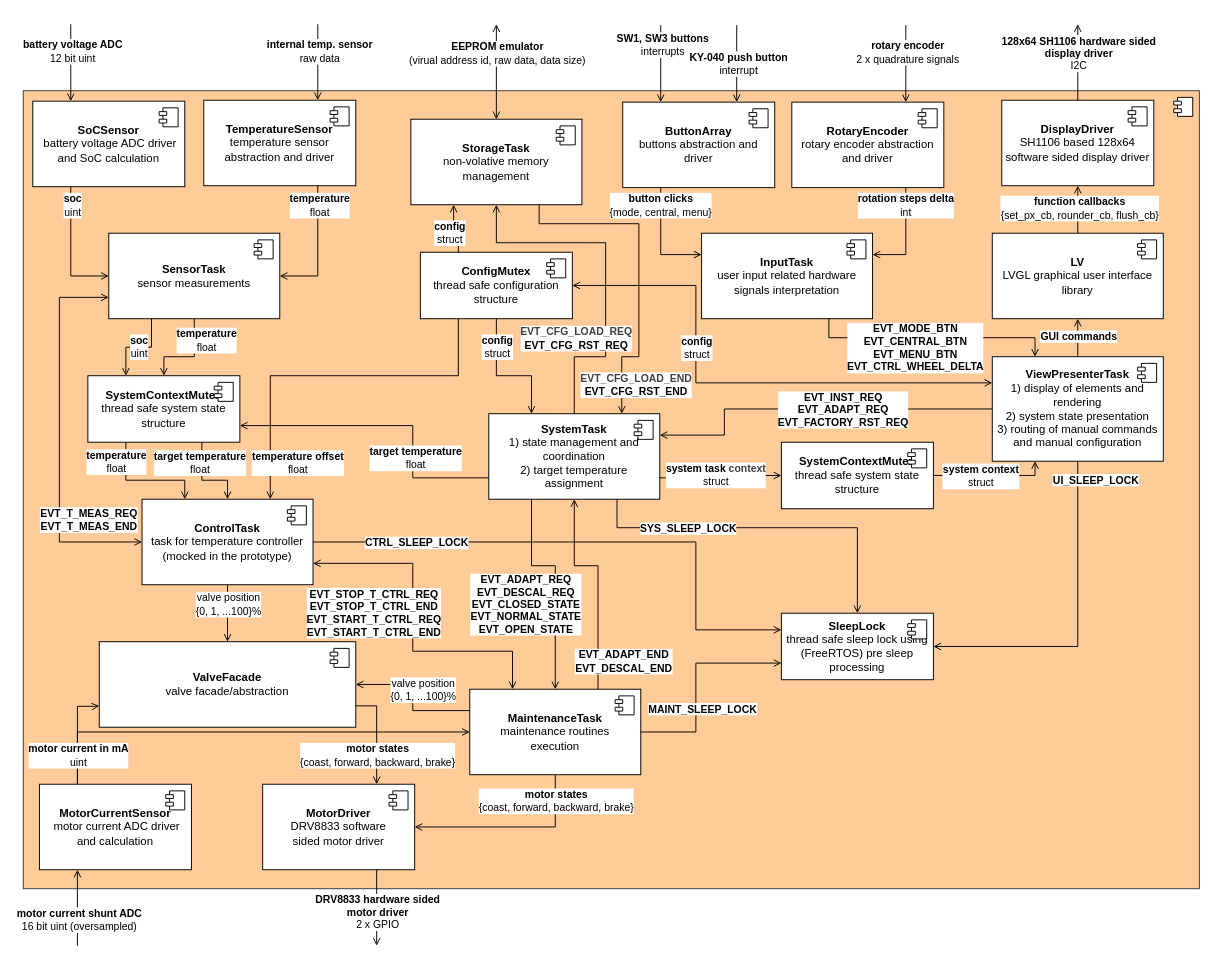
This is software/diagrams/mt-rt-sw-architecture.drawio from MiraTherm/miratherm-radiator-thermostat-documentation, a draw.io file, before an edit. Source tidied: cells renumbered, new cells numbered last; positions are measured from the earlier drawing's top-left corner, leaving out a move shared by most shapes. Both pictures are drawn from the tidied source at 95%, with x=0, y=0 at pixel (23, 24).
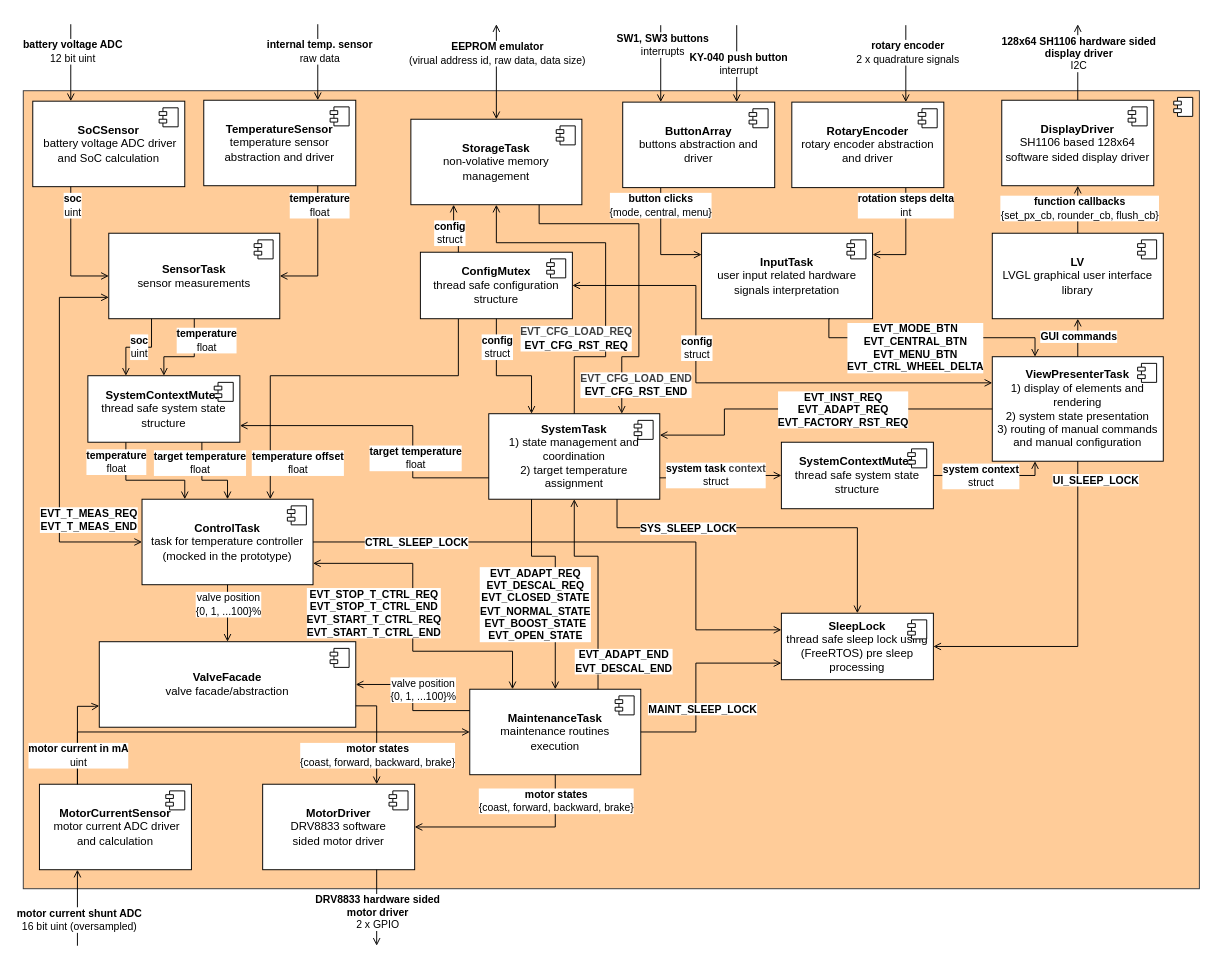
The same diagram, later.

Commit message (it also covers changes not shown here):
📝 Add BOOST_STATE event

The change refers to these unchanged cells:
```xml
<mxCell id="4" value="&lt;b&gt;SystemTask&lt;/b&gt;&lt;br&gt;1) state management and coordination&lt;br&gt;2) target temperature &lt;br&gt;assignment" style="html=1;whiteSpace=wrap;fontColor=default;" parent="1" vertex="1">
  <mxGeometry x="490" y="410" width="180" height="90" as="geometry" />
</mxCell>
<mxCell id="10" value="&lt;b&gt;MaintenanceTask&lt;/b&gt;&lt;br&gt;maintenance routines &lt;br&gt;execution" style="html=1;whiteSpace=wrap;fontColor=default;" parent="1" vertex="1">
  <mxGeometry x="470" y="700" width="180" height="90" as="geometry" />
</mxCell>
```

Diff of the diagram source:
```diff
@@
     <mxCell id="85" style="endArrow=none;html=1;rounded=0;entryX=0.75;entryY=0;entryDx=0;entryDy=0;endFill=0;edgeStyle=orthogonalEdgeStyle;startArrow=open;startFill=0;exitX=0.5;exitY=1;exitDx=0;exitDy=0;fontColor=default;" parent="1" edge="1" source="4" target="10">
       <mxGeometry relative="1" as="geometry">
         <Array as="points">
-          <mxPoint x="580" y="570" />
-          <mxPoint x="605" y="570" />
+          <mxPoint x="580" y="560" />
+          <mxPoint x="605" y="560" />
         </Array>
       </mxGeometry>
     </mxCell>
@@
     <mxCell id="91" style="endArrow=open;html=1;rounded=0;entryX=0.5;entryY=0;entryDx=0;entryDy=0;endFill=0;edgeStyle=orthogonalEdgeStyle;exitX=0.25;exitY=1;exitDx=0;exitDy=0;startArrow=none;startFill=0;fontColor=default;" parent="1" edge="1" source="4" target="10">
       <mxGeometry relative="1" as="geometry">
         <Array as="points">
-          <mxPoint x="535" y="570" />
-          <mxPoint x="560" y="570" />
+          <mxPoint x="535" y="560" />
+          <mxPoint x="560" y="560" />
         </Array>
       </mxGeometry>
     </mxCell>
-    <mxCell id="92" value="&lt;b style=&quot;scrollbar-color: rgb(226, 226, 226) rgb(251, 251, 251);&quot;&gt;EVT_ADAPT_REQ&lt;br&gt;&lt;/b&gt;&lt;b style=&quot;scrollbar-color: rgb(226, 226, 226) rgb(251, 251, 251);&quot;&gt;EVT_DESCAL_REQ&lt;/b&gt;&lt;b&gt;&lt;br&gt;EVT_CLOSED_STATE&lt;br&gt;EVT_NORMAL_STATE&lt;br&gt;EVT_OPEN_STATE&lt;/b&gt;" style="edgeLabel;html=1;align=center;verticalAlign=middle;fontColor=default;" parent="91" vertex="1">
+    <mxCell id="92" value="&lt;b style=&quot;scrollbar-color: rgb(226, 226, 226) rgb(251, 251, 251);&quot;&gt;EVT_ADAPT_REQ&lt;br&gt;&lt;/b&gt;&lt;b style=&quot;scrollbar-color: rgb(226, 226, 226) rgb(251, 251, 251);&quot;&gt;EVT_DESCAL_REQ&lt;/b&gt;&lt;b&gt;&lt;br&gt;EVT_CLOSED_STATE&lt;br&gt;EVT_NORMAL_STATE&lt;br&gt;EVT_BOOST_STATE&lt;br&gt;EVT_OPEN_STATE&lt;/b&gt;" style="edgeLabel;html=1;align=center;verticalAlign=middle;fontColor=default;" parent="91" vertex="1">
       <mxGeometry x="-0.3" relative="1" as="geometry">
-        <mxPoint x="-16" y="40" as="offset" />
+        <mxPoint x="-16" y="50" as="offset" />
       </mxGeometry>
     </mxCell>
```
